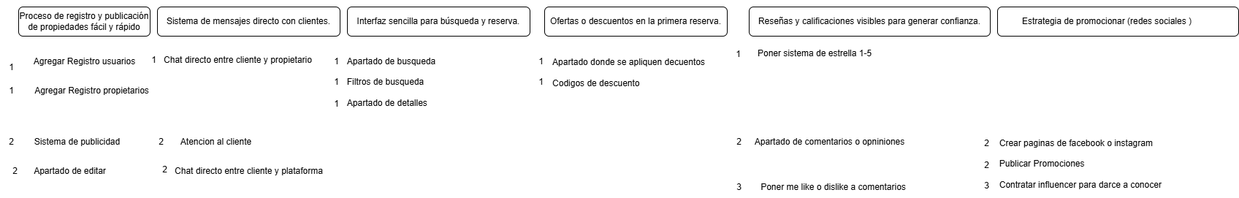
The draw.io diagram User story mapping new.drawio.png in Felip3Ramirez/Metodologias-Agiles, before a commit. Source tidied: cells renumbered, new cells last; positions are measured from the earlier drawing's top-left corner, leaving out a move shared by most shapes. Its diagram source:
```xml
<mxGraphModel>
  <root>
    <mxCell id="0" />
    <mxCell id="1" parent="0" />
    <mxCell id="2" value="&lt;br&gt;Proceso de registro y publicación de propiedades fácil y rápido&lt;div&gt;&lt;br/&gt;&lt;/div&gt;" style="rounded=1;whiteSpace=wrap;html=1;align=center;" parent="1" vertex="1">
      <mxGeometry x="25" width="180" height="40" as="geometry" />
    </mxCell>
    <mxCell id="3" value="&lt;div&gt;&lt;span style=&quot;text-wrap-mode: nowrap;&quot;&gt;Sistema de mensajes directo con clientes.&lt;/span&gt;&lt;/div&gt;" style="rounded=1;whiteSpace=wrap;html=1;align=center;" parent="1" vertex="1">
      <mxGeometry x="215" width="250" height="40" as="geometry" />
    </mxCell>
    <mxCell id="4" value="&lt;div style=&quot;&quot;&gt;&lt;span style=&quot;text-wrap-mode: nowrap; background-color: transparent; color: light-dark(rgb(0, 0, 0), rgb(255, 255, 255));&quot;&gt;Interfaz sencilla para búsqueda y reserva.&lt;/span&gt;&lt;/div&gt;" style="rounded=1;whiteSpace=wrap;html=1;align=center;" parent="1" vertex="1">
      <mxGeometry x="475" width="250" height="40" as="geometry" />
    </mxCell>
    <mxCell id="5" value="&lt;div style=&quot;&quot;&gt;&lt;span style=&quot;text-wrap-mode: nowrap;&quot;&gt;Ofertas o descuentos en la primera reserva.&lt;/span&gt;&lt;/div&gt;" style="rounded=1;whiteSpace=wrap;html=1;align=center;" parent="1" vertex="1">
      <mxGeometry x="745" width="250" height="40" as="geometry" />
    </mxCell>
    <mxCell id="6" value="&lt;div style=&quot;&quot;&gt;&lt;span style=&quot;text-wrap-mode: nowrap;&quot;&gt;Reseñas y calificaciones visibles para generar confianza.&lt;/span&gt;&lt;/div&gt;" style="rounded=1;whiteSpace=wrap;html=1;align=center;" parent="1" vertex="1">
      <mxGeometry x="1025" width="330" height="40" as="geometry" />
    </mxCell>
    <mxCell id="7" value="&lt;div style=&quot;&quot;&gt;&lt;span style=&quot;text-wrap-mode: nowrap;&quot;&gt;Estrategia de promocionar (redes sociales&amp;nbsp;&lt;/span&gt;&lt;span style=&quot;color: light-dark(rgb(0, 0, 0), rgb(255, 255, 255)); text-wrap-mode: nowrap; background-color: transparent;&quot;&gt;)&amp;nbsp; &amp;nbsp; &amp;nbsp; &amp;nbsp; &amp;nbsp;&lt;/span&gt;&lt;/div&gt;" style="rounded=1;whiteSpace=wrap;html=1;align=center;" parent="1" vertex="1">
      <mxGeometry x="1365" width="330" height="40" as="geometry" />
    </mxCell>
    <mxCell id="8" value="Agregar Registro usuarios" style="text;html=1;align=center;verticalAlign=middle;strokeColor=none;fillColor=none;" parent="1" vertex="1">
      <mxGeometry x="35" y="60" width="160" height="30" as="geometry" />
    </mxCell>
    <mxCell id="9" value="Agregar Registro propietarios" style="text;html=1;align=center;verticalAlign=middle;strokeColor=none;fillColor=none;" parent="1" vertex="1">
      <mxGeometry x="35" y="100" width="180" height="30" as="geometry" />
    </mxCell>
    <mxCell id="10" value="Sistema de publicidad" style="text;html=1;align=center;verticalAlign=middle;strokeColor=none;fillColor=none;" parent="1" vertex="1">
      <mxGeometry x="35" y="170" width="140" height="30" as="geometry" />
    </mxCell>
    <mxCell id="11" value="Apartado de editar" style="text;html=1;align=center;verticalAlign=middle;strokeColor=none;fillColor=none;" parent="1" vertex="1">
      <mxGeometry x="35" y="210" width="120" height="30" as="geometry" />
    </mxCell>
    <mxCell id="12" value="Chat directo entre cliente y propietario" style="text;html=1;align=center;verticalAlign=middle;strokeColor=none;fillColor=none;" parent="1" vertex="1">
      <mxGeometry x="210" y="58" width="230" height="30" as="geometry" />
    </mxCell>
    <mxCell id="13" value="Chat directo entre cliente y plataforma" style="text;html=1;align=center;verticalAlign=middle;strokeColor=none;fillColor=none;" parent="1" vertex="1">
      <mxGeometry x="225" y="210" width="230" height="30" as="geometry" />
    </mxCell>
    <mxCell id="14" value="Atencion al cliente" style="text;html=1;align=center;verticalAlign=middle;strokeColor=none;fillColor=none;" parent="1" vertex="1">
      <mxGeometry x="235" y="170" width="120" height="30" as="geometry" />
    </mxCell>
    <mxCell id="15" value="Apartado de busqueda&lt;div&gt;&lt;br&gt;&lt;/div&gt;&lt;div style=&quot;text-align: left;&quot;&gt;Filtros de busqueda&lt;/div&gt;&lt;div style=&quot;text-align: left;&quot;&gt;&lt;br&gt;&lt;/div&gt;&lt;div style=&quot;text-align: left;&quot;&gt;Apartado de detalles&lt;/div&gt;" style="text;html=1;align=center;verticalAlign=middle;strokeColor=none;fillColor=none;" parent="1" vertex="1">
      <mxGeometry x="465" y="58" width="140" height="90" as="geometry" />
    </mxCell>
    <mxCell id="16" value="Apartado donde se apliquen decuentos&lt;div&gt;&lt;br&gt;&lt;/div&gt;&lt;div style=&quot;text-align: left;&quot;&gt;Codigos de descuento&lt;/div&gt;" style="text;html=1;align=center;verticalAlign=middle;strokeColor=none;fillColor=none;" parent="1" vertex="1">
      <mxGeometry x="745" y="60" width="230" height="60" as="geometry" />
    </mxCell>
    <mxCell id="17" value="Poner sistema de estrella 1-5&lt;div&gt;&lt;br&gt;&lt;/div&gt;&lt;div&gt;&lt;br&gt;&lt;/div&gt;&lt;div&gt;&lt;br&gt;&lt;/div&gt;" style="text;html=1;align=left;verticalAlign=middle;strokeColor=none;fillColor=none;" parent="1" vertex="1">
      <mxGeometry x="1035" y="50" width="180" height="70" as="geometry" />
    </mxCell>
    <mxCell id="18" value="&lt;div style=&quot;text-align: left;&quot;&gt;&lt;span style=&quot;background-color: transparent; color: light-dark(rgb(0, 0, 0), rgb(255, 255, 255));&quot;&gt;Crear paginas de facebook o instagram&lt;/span&gt;&lt;/div&gt;&lt;div&gt;&lt;br&gt;&lt;/div&gt;&lt;div style=&quot;text-align: left;&quot;&gt;Publicar Promociones&lt;/div&gt;&lt;div style=&quot;text-align: left;&quot;&gt;&lt;br&gt;&lt;/div&gt;&lt;div style=&quot;text-align: left;&quot;&gt;Contratar influencer para darce a conocer&amp;nbsp;&lt;/div&gt;" style="text;html=1;align=center;verticalAlign=middle;strokeColor=none;fillColor=none;" parent="1" vertex="1">
      <mxGeometry x="1355" y="170" width="250" height="90" as="geometry" />
    </mxCell>
    <mxCell id="19" value="1" style="text;html=1;align=center;verticalAlign=middle;strokeColor=none;fillColor=none;" parent="1" vertex="1">
      <mxGeometry y="68" width="30" height="30" as="geometry" />
    </mxCell>
    <mxCell id="20" value="1" style="text;html=1;align=center;verticalAlign=middle;strokeColor=none;fillColor=none;" parent="1" vertex="1">
      <mxGeometry y="100" width="30" height="30" as="geometry" />
    </mxCell>
    <mxCell id="21" value="1" style="text;html=1;align=center;verticalAlign=middle;strokeColor=none;fillColor=none;" parent="1" vertex="1">
      <mxGeometry x="445" y="60" width="30" height="30" as="geometry" />
    </mxCell>
    <mxCell id="22" value="1" style="text;html=1;align=center;verticalAlign=middle;strokeColor=none;fillColor=none;" parent="1" vertex="1">
      <mxGeometry x="445" y="88" width="30" height="30" as="geometry" />
    </mxCell>
    <mxCell id="23" value="1" style="text;html=1;align=center;verticalAlign=middle;strokeColor=none;fillColor=none;" parent="1" vertex="1">
      <mxGeometry x="445" y="118" width="30" height="30" as="geometry" />
    </mxCell>
    <mxCell id="24" value="1" style="text;html=1;align=center;verticalAlign=middle;strokeColor=none;fillColor=none;" parent="1" vertex="1">
      <mxGeometry x="195" y="58" width="30" height="30" as="geometry" />
    </mxCell>
    <mxCell id="25" value="1" style="text;html=1;align=center;verticalAlign=middle;strokeColor=none;fillColor=none;" parent="1" vertex="1">
      <mxGeometry x="725" y="60" width="30" height="30" as="geometry" />
    </mxCell>
    <mxCell id="26" value="1" style="text;html=1;align=center;verticalAlign=middle;strokeColor=none;fillColor=none;" parent="1" vertex="1">
      <mxGeometry x="725" y="88" width="30" height="30" as="geometry" />
    </mxCell>
    <mxCell id="27" value="1" style="text;html=1;align=center;verticalAlign=middle;strokeColor=none;fillColor=none;" parent="1" vertex="1">
      <mxGeometry x="995" y="50" width="30" height="30" as="geometry" />
    </mxCell>
    <mxCell id="28" value="2" style="text;html=1;align=center;verticalAlign=middle;strokeColor=none;fillColor=none;" parent="1" vertex="1">
      <mxGeometry x="5" y="210" width="30" height="30" as="geometry" />
    </mxCell>
    <mxCell id="29" value="2" style="text;html=1;align=center;verticalAlign=middle;strokeColor=none;fillColor=none;" parent="1" vertex="1">
      <mxGeometry x="210" y="208" width="30" height="30" as="geometry" />
    </mxCell>
    <mxCell id="30" value="2" style="text;html=1;align=center;verticalAlign=middle;strokeColor=none;fillColor=none;" parent="1" vertex="1">
      <mxGeometry x="205" y="170" width="30" height="30" as="geometry" />
    </mxCell>
    <mxCell id="31" value="2" style="text;html=1;align=center;verticalAlign=middle;strokeColor=none;fillColor=none;" parent="1" vertex="1">
      <mxGeometry x="1335" y="202" width="30" height="30" as="geometry" />
    </mxCell>
    <mxCell id="32" value="2" style="text;html=1;align=center;verticalAlign=middle;strokeColor=none;fillColor=none;" parent="1" vertex="1">
      <mxGeometry x="1335" y="172" width="30" height="30" as="geometry" />
    </mxCell>
    <mxCell id="33" value="3" style="text;html=1;align=center;verticalAlign=middle;strokeColor=none;fillColor=none;" parent="1" vertex="1">
      <mxGeometry x="1335" y="230" width="30" height="30" as="geometry" />
    </mxCell>
    <mxCell id="34" value="3" style="text;html=1;align=center;verticalAlign=middle;strokeColor=none;fillColor=none;" parent="1" vertex="1">
      <mxGeometry x="996" y="232" width="30" height="30" as="geometry" />
    </mxCell>
    <mxCell id="35" value="2" style="text;html=1;align=center;verticalAlign=middle;strokeColor=none;fillColor=none;" parent="1" vertex="1">
      <mxGeometry x="996" y="170" width="30" height="30" as="geometry" />
    </mxCell>
    <mxCell id="36" value="2" style="text;html=1;align=center;verticalAlign=middle;strokeColor=none;fillColor=none;" parent="1" vertex="1">
      <mxGeometry y="170" width="30" height="30" as="geometry" />
    </mxCell>
    <mxCell id="37" value="&lt;div&gt;Apartado de comentarios o opniniones&lt;/div&gt;&lt;div&gt;&lt;br style=&quot;text-align: left;&quot;&gt;&lt;/div&gt;" style="text;html=1;align=center;verticalAlign=middle;strokeColor=none;fillColor=none;" parent="1" vertex="1">
      <mxGeometry x="1020" y="172" width="230" height="40" as="geometry" />
    </mxCell>
    <mxCell id="38" value="&lt;span style=&quot;text-align: left;&quot;&gt;Poner me like o dislike a comentarios&lt;/span&gt;" style="text;html=1;align=center;verticalAlign=middle;strokeColor=none;fillColor=none;" parent="1" vertex="1">
      <mxGeometry x="1030" y="232" width="220" height="30" as="geometry" />
    </mxCell>
  </root>
</mxGraphModel>
```
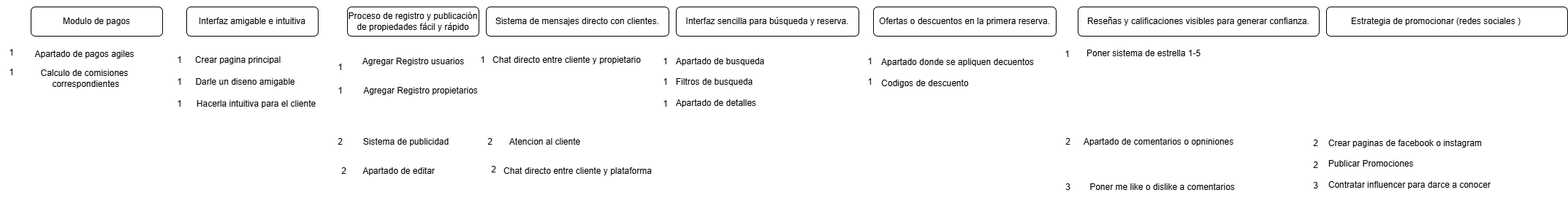
Later version of the same file.

Diff of the diagram source:
```diff
@@ -113,5 +113,41 @@
     <mxCell id="38" value="&lt;span style=&quot;text-align: left;&quot;&gt;Poner me like o dislike a comentarios&lt;/span&gt;" style="text;html=1;align=center;verticalAlign=middle;strokeColor=none;fillColor=none;" parent="1" vertex="1">
       <mxGeometry x="1030" y="232" width="220" height="30" as="geometry" />
     </mxCell>
+    <mxCell id="39" value="&lt;div&gt;Interfaz amigable e intuitiva&lt;/div&gt;" style="rounded=1;whiteSpace=wrap;html=1;align=center;" parent="1" vertex="1">
+      <mxGeometry x="-195" width="180" height="40" as="geometry" />
+    </mxCell>
+    <mxCell id="40" value="Crear pagina principal" style="text;html=1;align=center;verticalAlign=middle;strokeColor=none;fillColor=none;" parent="1" vertex="1">
+      <mxGeometry x="-195" y="58" width="140" height="30" as="geometry" />
+    </mxCell>
+    <mxCell id="41" value="Darle un diseno amigable" style="text;html=1;align=center;verticalAlign=middle;strokeColor=none;fillColor=none;" parent="1" vertex="1">
+      <mxGeometry x="-195" y="88" width="160" height="30" as="geometry" />
+    </mxCell>
+    <mxCell id="42" value="Hacerla intuitiva para el cliente" style="text;html=1;align=center;verticalAlign=middle;strokeColor=none;fillColor=none;" parent="1" vertex="1">
+      <mxGeometry x="-195" y="118" width="190" height="30" as="geometry" />
+    </mxCell>
+    <mxCell id="43" value="1" style="text;html=1;align=center;verticalAlign=middle;strokeColor=none;fillColor=none;" parent="1" vertex="1">
+      <mxGeometry x="-220" y="58" width="30" height="30" as="geometry" />
+    </mxCell>
+    <mxCell id="44" value="1" style="text;html=1;align=center;verticalAlign=middle;strokeColor=none;fillColor=none;" parent="1" vertex="1">
+      <mxGeometry x="-220" y="88" width="30" height="30" as="geometry" />
+    </mxCell>
+    <mxCell id="45" value="1" style="text;html=1;align=center;verticalAlign=middle;strokeColor=none;fillColor=none;" parent="1" vertex="1">
+      <mxGeometry x="-220" y="118" width="30" height="30" as="geometry" />
+    </mxCell>
+    <mxCell id="46" value="&lt;div&gt;Modulo de pagos&lt;/div&gt;" style="rounded=1;whiteSpace=wrap;html=1;align=center;" parent="1" vertex="1">
+      <mxGeometry x="-408" width="180" height="40" as="geometry" />
+    </mxCell>
+    <mxCell id="47" value="Apartado de pagos agiles" style="text;html=1;align=center;verticalAlign=middle;strokeColor=none;fillColor=none;" parent="1" vertex="1">
+      <mxGeometry x="-415" y="50" width="160" height="30" as="geometry" />
+    </mxCell>
+    <mxCell id="48" value="Calculo de comisiones&lt;div&gt;&amp;nbsp;correspondientes&lt;/div&gt;" style="text;html=1;align=center;verticalAlign=middle;strokeColor=none;fillColor=none;" parent="1" vertex="1">
+      <mxGeometry x="-405" y="78" width="140" height="40" as="geometry" />
+    </mxCell>
+    <mxCell id="49" value="1" style="text;html=1;align=center;verticalAlign=middle;strokeColor=none;fillColor=none;" parent="1" vertex="1">
+      <mxGeometry x="-450" y="48" width="30" height="30" as="geometry" />
+    </mxCell>
+    <mxCell id="50" value="1" style="text;html=1;align=center;verticalAlign=middle;strokeColor=none;fillColor=none;" parent="1" vertex="1">
+      <mxGeometry x="-450" y="75" width="30" height="30" as="geometry" />
+    </mxCell>
   </root>
 </mxGraphModel>
```
